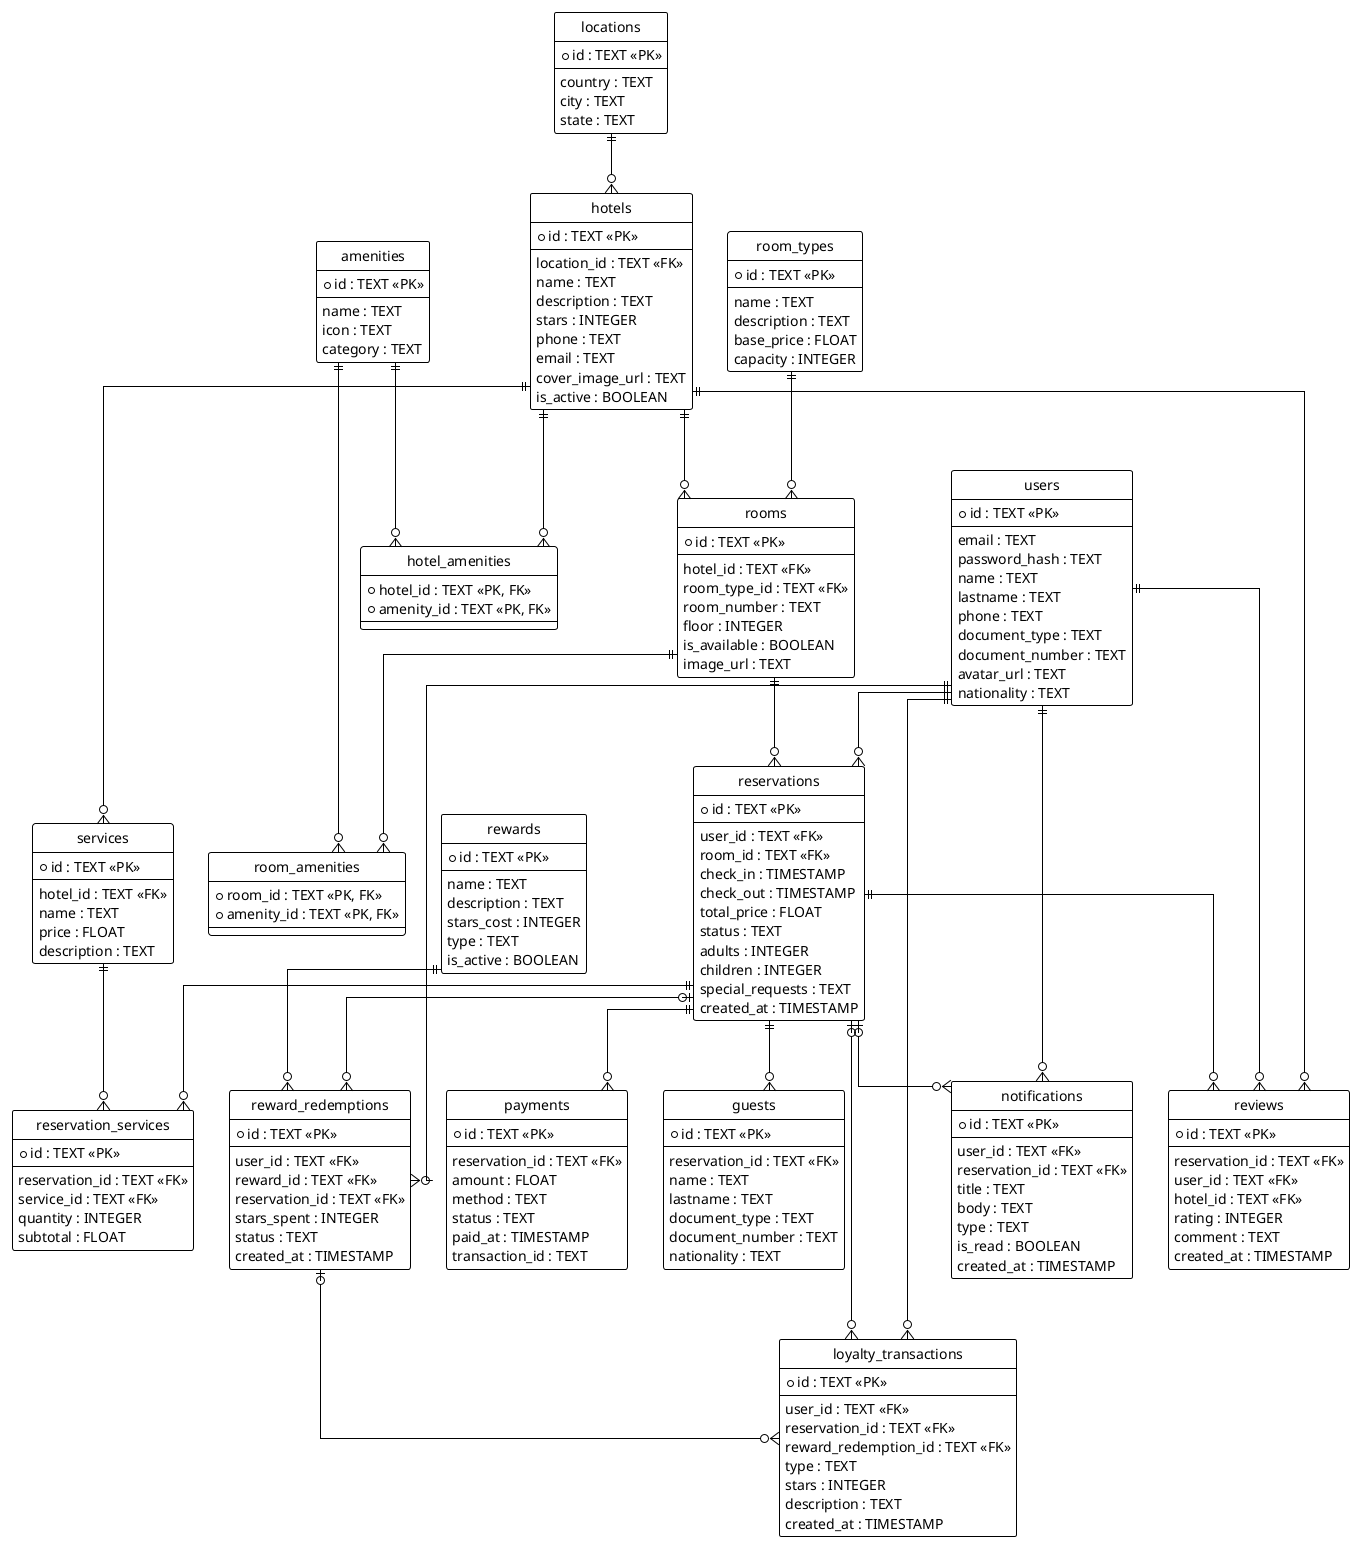
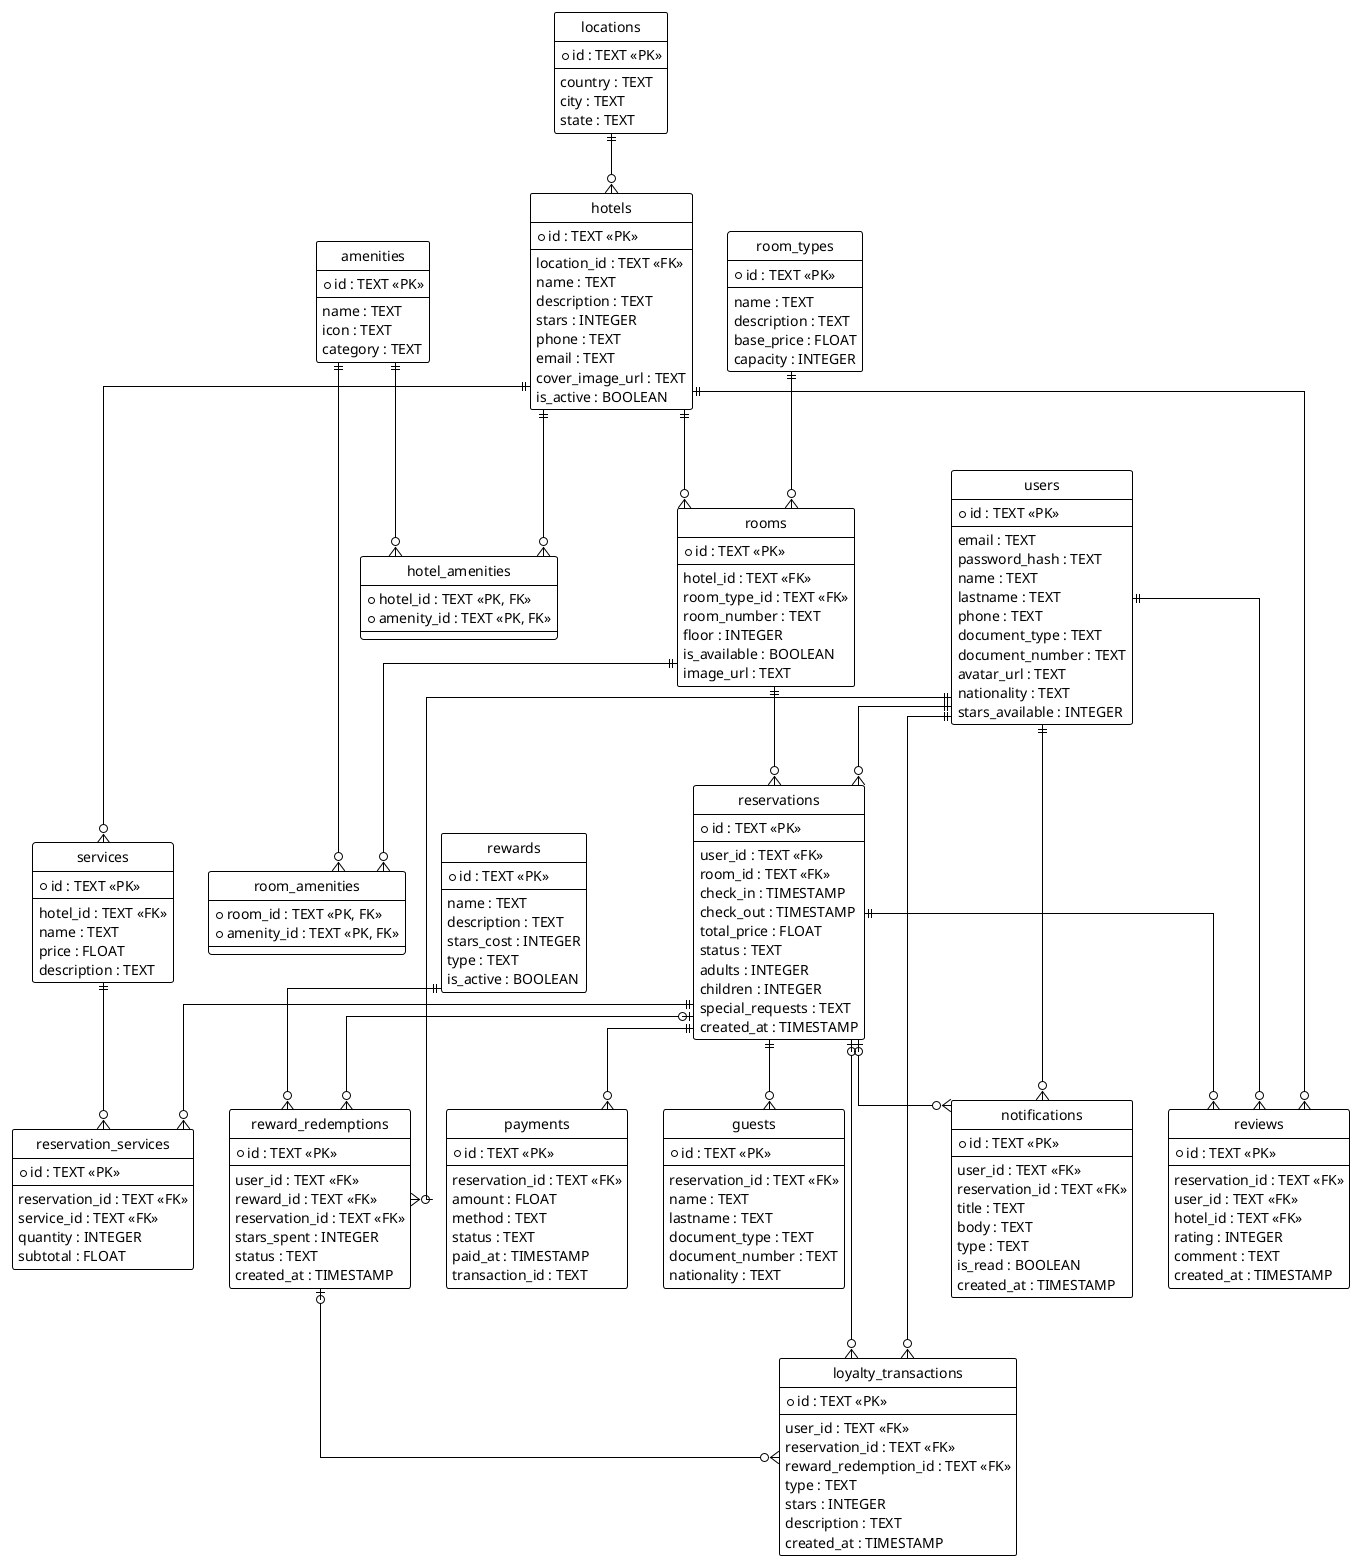
@startuml
!theme plain
hide circle
skinparam linetype ortho

' --- ENTIDADES ---

entity "locations" as L {
  * id : TEXT <<PK>>
  --
  country : TEXT
  city : TEXT
  state : TEXT
}

entity "hotels" as H {
  * id : TEXT <<PK>>
  --
  location_id : TEXT <<FK>>
  name : TEXT
  description : TEXT
  stars : INTEGER
  phone : TEXT
  email : TEXT
  cover_image_url : TEXT
  is_active : BOOLEAN
}

entity "room_types" as RT {
  * id : TEXT <<PK>>
  --
  name : TEXT
  description : TEXT
  base_price : FLOAT
  capacity : INTEGER
}

entity "rooms" as R {
  * id : TEXT <<PK>>
  --
  hotel_id : TEXT <<FK>>
  room_type_id : TEXT <<FK>>
  room_number : TEXT
  floor : INTEGER
  is_available : BOOLEAN
  image_url : TEXT
}

entity "users" as U {
  * id : TEXT <<PK>>
  --
  email : TEXT
  password_hash : TEXT
  name : TEXT
  lastname : TEXT
  phone : TEXT
  document_type : TEXT
  document_number : TEXT
  avatar_url : TEXT
  nationality : TEXT
+   stars_available : INTEGER
}

entity "guests" as G {
  * id : TEXT <<PK>>
  --
  reservation_id : TEXT <<FK>>
  name : TEXT
  lastname : TEXT
  document_type : TEXT
  document_number : TEXT
  nationality : TEXT
}



entity "reservations" as RES {
  * id : TEXT <<PK>>
  --
  user_id : TEXT <<FK>>
  room_id : TEXT <<FK>>
  check_in : TIMESTAMP
  check_out : TIMESTAMP
  total_price : FLOAT
  status : TEXT
  adults : INTEGER
  children : INTEGER
  special_requests : TEXT
  created_at : TIMESTAMP
}

entity "payments" as P {
  * id : TEXT <<PK>>
  --
  reservation_id : TEXT <<FK>>
  amount : FLOAT
  method : TEXT
  status : TEXT
  paid_at : TIMESTAMP
  transaction_id : TEXT
}

entity "amenities" as AM {
  * id : TEXT <<PK>>
  --
  name : TEXT
  icon : TEXT
  category : TEXT
}

entity "hotel_amenities" as HA {
  * hotel_id : TEXT <<PK, FK>>
  * amenity_id : TEXT <<PK, FK>>
}

entity "room_amenities" as RA {
  * room_id : TEXT <<PK, FK>>
  * amenity_id : TEXT <<PK, FK>>
}

entity "services" as S {
  * id : TEXT <<PK>>
  --
  hotel_id : TEXT <<FK>>
  name : TEXT
  price : FLOAT
  description : TEXT
}

entity "reservation_services" as RS {
  * id : TEXT <<PK>>
  --
  reservation_id : TEXT <<FK>>
  service_id : TEXT <<FK>>
  quantity : INTEGER
  subtotal : FLOAT
}

entity "loyalty_transactions" as LTX {
  * id : TEXT <<PK>>
  --
  user_id : TEXT <<FK>>
  reservation_id : TEXT <<FK>>
  reward_redemption_id : TEXT <<FK>>
  type : TEXT
  stars : INTEGER
  description : TEXT
  created_at : TIMESTAMP
}

entity "rewards" as RW {
  * id : TEXT <<PK>>
  --
  name : TEXT
  description : TEXT
  stars_cost : INTEGER
  type : TEXT
  is_active : BOOLEAN
}

entity "reward_redemptions" as RR {
  * id : TEXT <<PK>>
  --
  user_id : TEXT <<FK>>
  reward_id : TEXT <<FK>>
  reservation_id : TEXT <<FK>>
  stars_spent : INTEGER
  status : TEXT
  created_at : TIMESTAMP
}

entity "reviews" as REV {
  * id : TEXT <<PK>>
  --
  reservation_id : TEXT <<FK>>
  user_id : TEXT <<FK>>
  hotel_id : TEXT <<FK>>
  rating : INTEGER
  comment : TEXT
  created_at : TIMESTAMP
}

entity "notifications" as N {
  * id : TEXT <<PK>>
  --
  user_id : TEXT <<FK>>
  reservation_id : TEXT <<FK>>
  title : TEXT
  body : TEXT
  type : TEXT
  is_read : BOOLEAN
  created_at : TIMESTAMP
}

' --- RELACIONES ---

L ||--o{ H
H ||--o{ R
RT ||--o{ R
U ||--o{ RES
R ||--o{ RES
RES ||--o{ G
RES ||--o{ P
RES ||--o{ RS
S ||--o{ RS
H ||--o{ S

H ||--o{ HA
AM ||--o{ HA
R ||--o{ RA
AM ||--o{ RA



U ||--o{ LTX
RES |o--o{ LTX
RR |o--o{ LTX

U ||--o{ RR
RW ||--o{ RR
RES |o--o{ RR

RES ||--o{ REV
U ||--o{ REV
H ||--o{ REV

U ||--o{ N
RES |o--o{ N

@enduml